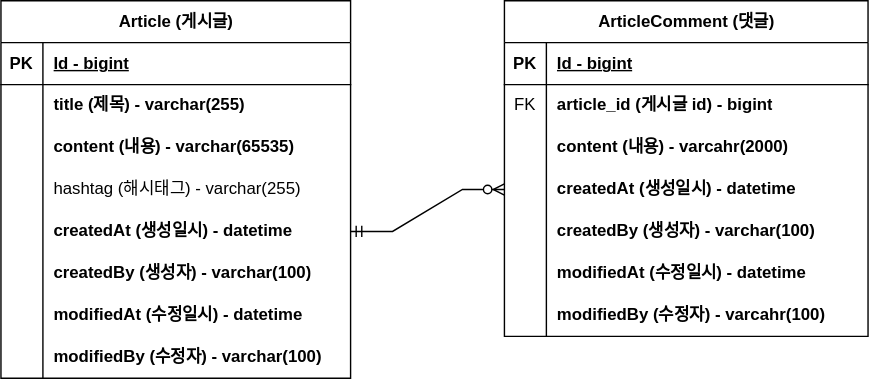
Earlier version of the draw.io export document/project-board-erd.svg (maiload/fastcampus-project-board). Source tidied: cells renumbered, new cells last; positions are measured from the earlier drawing's top-left corner, leaving out a move shared by most shapes.
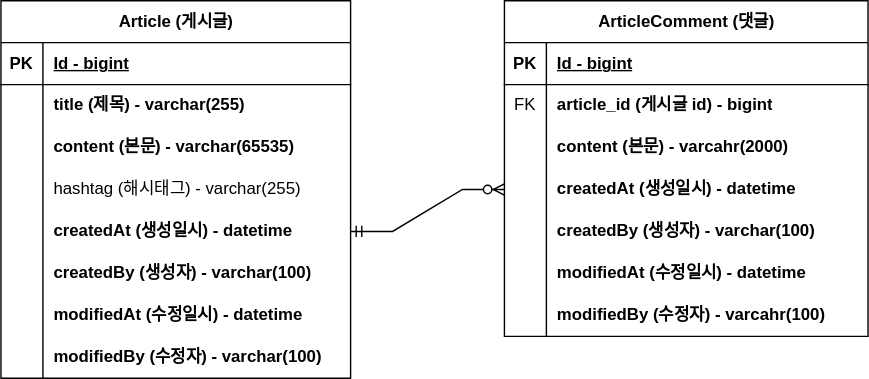
After the commit.

Commit message:
#8 - ERD 주석 업데이트: project-board-erd.svg

Diff of the diagram source:
```diff
@@ -29,7 +29,7 @@
     <mxCell id="10" style="shape=partialRectangle;fillColor=none;top=0;left=0;bottom=0;right=0;overflow=hidden;whiteSpace=wrap;html=1;" parent="9" vertex="1">
       <mxGeometry width="30" height="30" as="geometry" />
     </mxCell>
-    <mxCell id="11" value="content (내용) - varchar(65535)" style="shape=partialRectangle;fillColor=none;top=0;left=0;bottom=0;right=0;align=left;spacingLeft=6;overflow=hidden;whiteSpace=wrap;html=1;fontStyle=1;" parent="9" vertex="1">
+    <mxCell id="11" value="content (본문) - varchar(65535)" style="shape=partialRectangle;fillColor=none;top=0;left=0;bottom=0;right=0;align=left;spacingLeft=6;overflow=hidden;whiteSpace=wrap;html=1;fontStyle=1;" parent="9" vertex="1">
       <mxGeometry x="30" width="220" height="30" as="geometry" />
     </mxCell>
     <mxCell id="12" style="shape=tableRow;horizontal=0;startSize=0;swimlaneHead=0;swimlaneBody=0;fillColor=none;top=0;left=0;right=0;bottom=0;" parent="2" vertex="1">
@@ -107,7 +107,7 @@
     <mxCell id="36" style="shape=partialRectangle;fillColor=none;top=0;left=0;bottom=0;right=0;overflow=hidden;whiteSpace=wrap;html=1;" parent="35" vertex="1">
       <mxGeometry width="30" height="30" as="geometry" />
     </mxCell>
-    <mxCell id="37" value="content (내용) - varcahr(2000)" style="shape=partialRectangle;fillColor=none;top=0;left=0;bottom=0;right=0;align=left;spacingLeft=6;overflow=hidden;whiteSpace=wrap;html=1;fontStyle=1;" parent="35" vertex="1">
+    <mxCell id="37" value="content (본문) - varcahr(2000)" style="shape=partialRectangle;fillColor=none;top=0;left=0;bottom=0;right=0;align=left;spacingLeft=6;overflow=hidden;whiteSpace=wrap;html=1;fontStyle=1;" parent="35" vertex="1">
       <mxGeometry x="30" width="230" height="30" as="geometry" />
     </mxCell>
     <mxCell id="38" style="shape=tableRow;horizontal=0;startSize=0;swimlaneHead=0;swimlaneBody=0;fillColor=none;points=[[0,0.5],[1,0.5]];portConstraint=eastwest;top=0;left=0;right=0;bottom=0;" parent="28" vertex="1">
```
